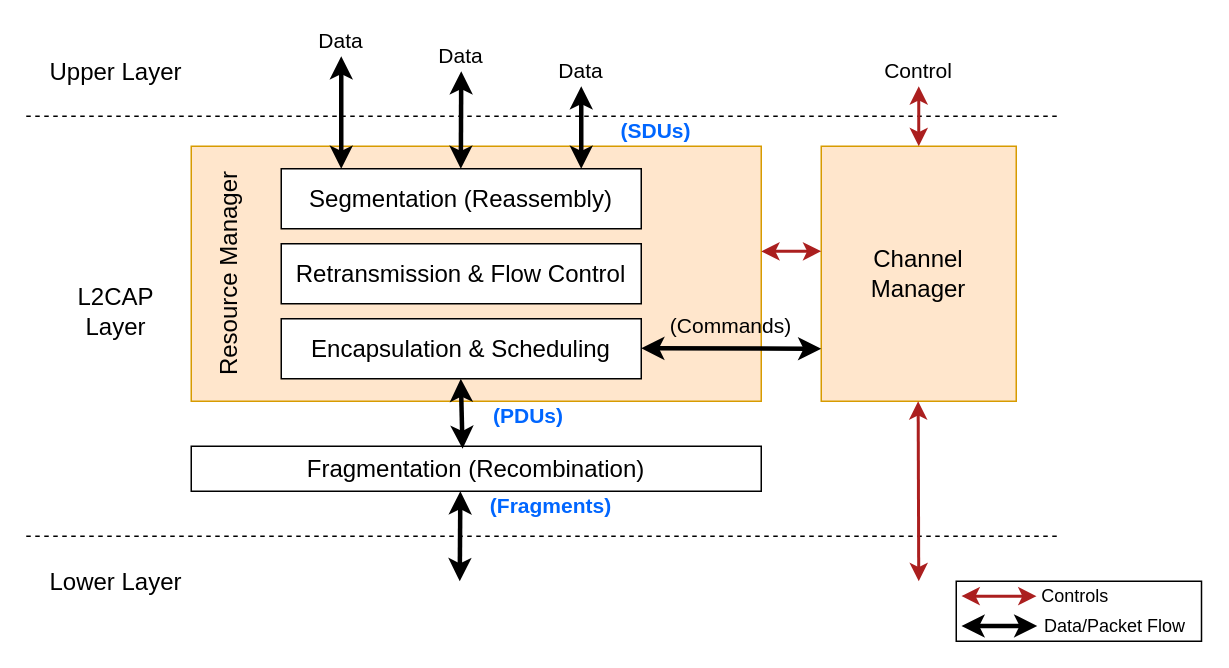
Earlier version of the draw.io diagram doc/bachelor_thesis_german/graphics/source/l2cap_architektur.drawio (immrn/secure-ble-for-esp32-android). Source tidied: cells renumbered, new cells numbered last; positions are measured from the earlier drawing's top-left corner, leaving out a move shared by most shapes. Both pictures are drawn from the tidied source at 150%, with x=0, y=0 at pixel (26, 26).
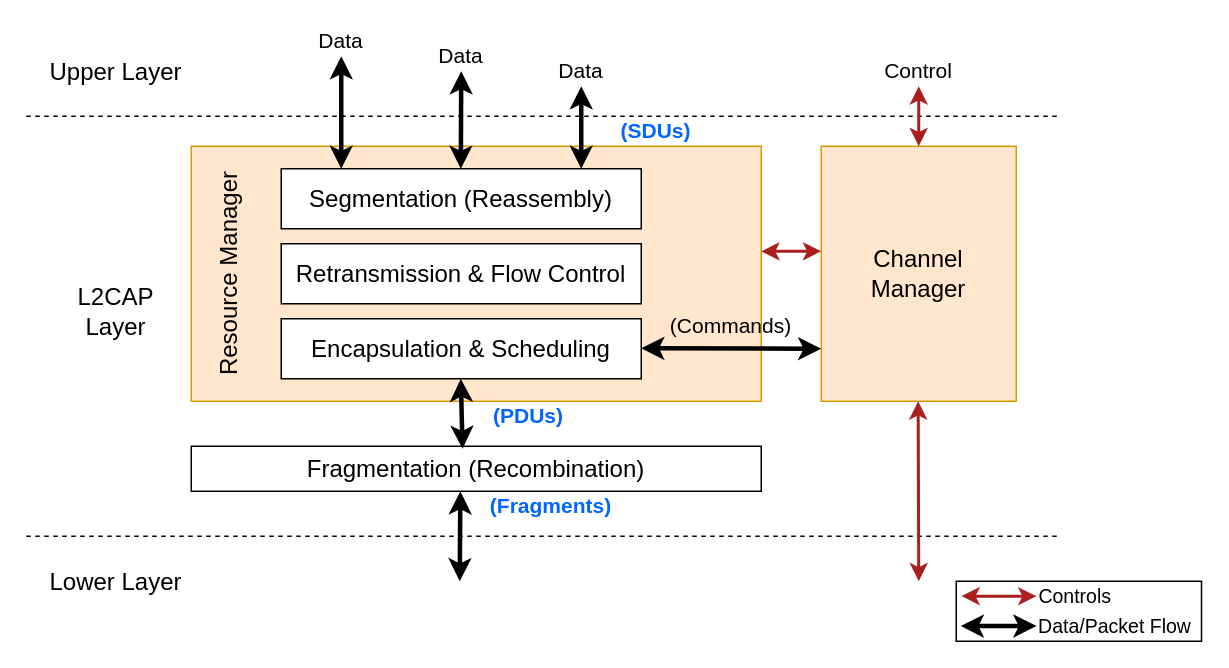
After the change.

The edit, as a diff of the source:
```diff
@@
-    <mxCell id="29" value="&lt;blockquote style=&quot;margin: 0 0 0 40px ; border: none ; padding: 0px&quot;&gt;&lt;blockquote style=&quot;margin: 0 0 0 40px ; border: none ; padding: 0px&quot;&gt;&lt;br&gt;&lt;/blockquote&gt;&lt;/blockquote&gt;" style="rounded=0;whiteSpace=wrap;html=1;align=left;" parent="1" vertex="1">
+    <mxCell id="29" value="&lt;blockquote style=&quot;margin: 0px 0px 0px 40px; border: none; padding: 0px; font-size: 13px;&quot;&gt;&lt;blockquote style=&quot;margin: 0px 0px 0px 40px; border: none; padding: 0px; font-size: 13px;&quot;&gt;&lt;br style=&quot;font-size: 13px;&quot;&gt;&lt;/blockquote&gt;&lt;/blockquote&gt;" style="rounded=0;whiteSpace=wrap;html=1;align=left;fontSize=13;" parent="1" vertex="1">
       <mxGeometry x="620" y="370" width="163.5" height="40" as="geometry" />
     </mxCell>
-    <mxCell id="30" style="endArrow=classic;startArrow=classic;html=1;strokeWidth=2;fillColor=#f8cecc;strokeColor=#AB1F1F;exitX=0;exitY=0.5;exitDx=0;exitDy=0;" parent="1" edge="1" source="31">
+    <mxCell id="30" style="endArrow=classic;startArrow=classic;html=1;strokeWidth=2;fillColor=#f8cecc;strokeColor=#AB1F1F;exitX=0;exitY=0.5;exitDx=0;exitDy=0;fontSize=13;" parent="1" edge="1" source="31">
       <mxGeometry relative="1" as="geometry">
         <mxPoint x="623.5" y="379.9" as="targetPoint" />
+        <Array as="points">
+          <mxPoint x="662" y="380" />
+        </Array>
       </mxGeometry>
     </mxCell>
-    <mxCell id="31" value="Controls" style="text;html=1;strokeColor=none;fillColor=none;align=center;verticalAlign=middle;whiteSpace=wrap;rounded=0;" parent="1" vertex="1">
+    <mxCell id="31" value="Controls" style="text;html=1;strokeColor=none;fillColor=none;align=center;verticalAlign=middle;whiteSpace=wrap;rounded=0;fontSize=13;" parent="1" vertex="1">
       <mxGeometry x="673.5" y="370" width="51" height="20" as="geometry" />
     </mxCell>
-    <mxCell id="32" value="Data/Packet Flow" style="text;html=1;strokeColor=none;fillColor=none;align=center;verticalAlign=middle;whiteSpace=wrap;rounded=0;" parent="1" vertex="1">
+    <mxCell id="32" value="Data/Packet Flow" style="text;html=1;strokeColor=none;fillColor=none;align=center;verticalAlign=middle;whiteSpace=wrap;rounded=0;fontSize=13;" parent="1" vertex="1">
       <mxGeometry x="673.5" y="390" width="104" height="20" as="geometry" />
     </mxCell>
-    <mxCell id="33" style="endArrow=classic;startArrow=classic;html=1;strokeWidth=3;" parent="1" edge="1">
+    <mxCell id="33" style="endArrow=classic;startArrow=classic;html=1;strokeWidth=3;fontSize=13;" parent="1" edge="1">
       <mxGeometry relative="1" as="geometry">
-        <mxPoint x="623.5" y="399.8" as="sourcePoint" />
-        <mxPoint x="674" y="399.8" as="targetPoint" />
+        <mxPoint x="623" y="399.9" as="sourcePoint" />
+        <mxPoint x="673.5" y="399.9" as="targetPoint" />
       </mxGeometry>
     </mxCell>
```
